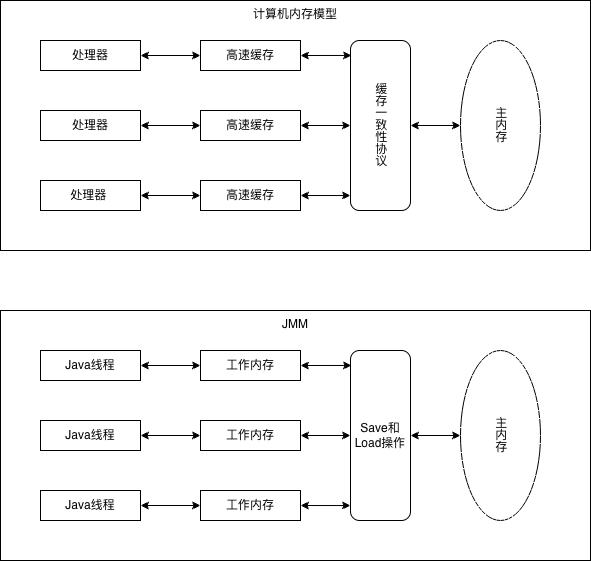
Above: java内存模型.drawio.png in ggs2015/file (draw.io), before the change. Source tidied: cells renumbered, new cells last; positions are measured from the earlier drawing's top-left corner, leaving out a move shared by most shapes. The source it was exported from:
```xml
<mxGraphModel>
  <root>
    <mxCell id="0" />
    <mxCell id="1" parent="0" />
    <mxCell id="2" value="计算机内存模型" style="rounded=0;whiteSpace=wrap;html=1;verticalAlign=top;" parent="1" vertex="1">
      <mxGeometry width="590" height="250" as="geometry" />
    </mxCell>
    <mxCell id="3" style="edgeStyle=orthogonalEdgeStyle;rounded=0;jettySize=auto;html=1;exitX=1;exitY=0.5;exitDx=0;exitDy=0;entryX=0;entryY=0.5;entryDx=0;entryDy=0;startArrow=classic;startFill=1;" parent="1" edge="1" source="4" target="12">
      <mxGeometry relative="1" as="geometry" />
    </mxCell>
    <mxCell id="4" value="处理器" style="rounded=0;whiteSpace=wrap;html=1;" parent="1" vertex="1">
      <mxGeometry x="40" y="40" width="100" height="30" as="geometry" />
    </mxCell>
    <mxCell id="5" style="edgeStyle=orthogonalEdgeStyle;rounded=0;jettySize=auto;html=1;exitX=1;exitY=0.5;exitDx=0;exitDy=0;entryX=0;entryY=0.5;entryDx=0;entryDy=0;startArrow=classic;startFill=1;" parent="1" edge="1" source="6" target="11">
      <mxGeometry relative="1" as="geometry" />
    </mxCell>
    <mxCell id="6" value="处理器" style="rounded=0;whiteSpace=wrap;html=1;" parent="1" vertex="1">
      <mxGeometry x="40" y="110" width="100" height="30" as="geometry" />
    </mxCell>
    <mxCell id="7" style="edgeStyle=orthogonalEdgeStyle;rounded=0;jettySize=auto;html=1;exitX=1;exitY=0.5;exitDx=0;exitDy=0;startArrow=classic;startFill=1;" parent="1" edge="1" source="8" target="9">
      <mxGeometry relative="1" as="geometry" />
    </mxCell>
    <mxCell id="8" value="处理器&amp;nbsp;" style="rounded=0;whiteSpace=wrap;html=1;" parent="1" vertex="1">
      <mxGeometry x="40" y="180" width="100" height="30" as="geometry" />
    </mxCell>
    <mxCell id="9" value="高速缓存" style="rounded=0;whiteSpace=wrap;html=1;" parent="1" vertex="1">
      <mxGeometry x="200" y="180" width="100" height="30" as="geometry" />
    </mxCell>
    <mxCell id="10" style="edgeStyle=orthogonalEdgeStyle;rounded=0;jettySize=auto;html=1;exitX=1;exitY=0.5;exitDx=0;exitDy=0;entryX=0;entryY=0.5;entryDx=0;entryDy=0;startArrow=classic;startFill=1;" parent="1" edge="1" source="11" target="15">
      <mxGeometry relative="1" as="geometry" />
    </mxCell>
    <mxCell id="11" value="高速缓存" style="rounded=0;whiteSpace=wrap;html=1;" parent="1" vertex="1">
      <mxGeometry x="200" y="110" width="100" height="30" as="geometry" />
    </mxCell>
    <mxCell id="12" value="高速缓存" style="rounded=0;whiteSpace=wrap;html=1;" parent="1" vertex="1">
      <mxGeometry x="200" y="40" width="100" height="30" as="geometry" />
    </mxCell>
    <mxCell id="13" value="主内存" style="ellipse;whiteSpace=wrap;html=1;textDirection=vertical-lr;" parent="1" vertex="1">
      <mxGeometry x="460" y="40" width="80" height="170" as="geometry" />
    </mxCell>
    <mxCell id="14" style="edgeStyle=orthogonalEdgeStyle;rounded=0;jettySize=auto;html=1;exitX=1;exitY=0.5;exitDx=0;exitDy=0;entryX=0;entryY=0.5;entryDx=0;entryDy=0;startArrow=classic;startFill=1;" parent="1" edge="1" source="15" target="13">
      <mxGeometry relative="1" as="geometry" />
    </mxCell>
    <mxCell id="15" value="缓存一致性协议" style="rounded=1;whiteSpace=wrap;html=1;textDirection=vertical-lr;" parent="1" vertex="1">
      <mxGeometry x="350" y="40" width="60" height="170" as="geometry" />
    </mxCell>
    <mxCell id="16" style="edgeStyle=orthogonalEdgeStyle;rounded=0;jettySize=auto;html=1;exitX=1;exitY=0.5;exitDx=0;exitDy=0;entryX=0.017;entryY=0.088;entryDx=0;entryDy=0;entryPerimeter=0;startArrow=classic;startFill=1;" parent="1" edge="1" source="12" target="15">
      <mxGeometry relative="1" as="geometry" />
    </mxCell>
    <mxCell id="17" style="edgeStyle=orthogonalEdgeStyle;rounded=0;jettySize=auto;html=1;exitX=1;exitY=0.5;exitDx=0;exitDy=0;entryX=0;entryY=0.912;entryDx=0;entryDy=0;entryPerimeter=0;startArrow=classic;startFill=1;" parent="1" edge="1" source="9" target="15">
      <mxGeometry relative="1" as="geometry" />
    </mxCell>
    <mxCell id="18" value="JMM" style="rounded=0;whiteSpace=wrap;html=1;verticalAlign=top;" parent="1" vertex="1">
      <mxGeometry y="310" width="590" height="250" as="geometry" />
    </mxCell>
    <mxCell id="19" style="edgeStyle=orthogonalEdgeStyle;rounded=0;jettySize=auto;html=1;exitX=1;exitY=0.5;exitDx=0;exitDy=0;entryX=0;entryY=0.5;entryDx=0;entryDy=0;startArrow=classic;startFill=1;" parent="1" edge="1" source="20" target="28">
      <mxGeometry relative="1" as="geometry" />
    </mxCell>
    <mxCell id="20" value="Java线程" style="rounded=0;whiteSpace=wrap;html=1;" parent="1" vertex="1">
      <mxGeometry x="40" y="350" width="100" height="30" as="geometry" />
    </mxCell>
    <mxCell id="21" style="edgeStyle=orthogonalEdgeStyle;rounded=0;jettySize=auto;html=1;exitX=1;exitY=0.5;exitDx=0;exitDy=0;entryX=0;entryY=0.5;entryDx=0;entryDy=0;startArrow=classic;startFill=1;" parent="1" edge="1" source="22" target="27">
      <mxGeometry relative="1" as="geometry" />
    </mxCell>
    <mxCell id="22" value="Java线程" style="rounded=0;whiteSpace=wrap;html=1;" parent="1" vertex="1">
      <mxGeometry x="40" y="420" width="100" height="30" as="geometry" />
    </mxCell>
    <mxCell id="23" style="edgeStyle=orthogonalEdgeStyle;rounded=0;jettySize=auto;html=1;exitX=1;exitY=0.5;exitDx=0;exitDy=0;startArrow=classic;startFill=1;" parent="1" edge="1" source="24" target="25">
      <mxGeometry relative="1" as="geometry" />
    </mxCell>
    <mxCell id="24" value="Java线程" style="rounded=0;whiteSpace=wrap;html=1;" parent="1" vertex="1">
      <mxGeometry x="40" y="490" width="100" height="30" as="geometry" />
    </mxCell>
    <mxCell id="25" value="工作内存" style="rounded=0;whiteSpace=wrap;html=1;" parent="1" vertex="1">
      <mxGeometry x="200" y="490" width="100" height="30" as="geometry" />
    </mxCell>
    <mxCell id="26" style="edgeStyle=orthogonalEdgeStyle;rounded=0;jettySize=auto;html=1;exitX=1;exitY=0.5;exitDx=0;exitDy=0;entryX=0;entryY=0.5;entryDx=0;entryDy=0;startArrow=classic;startFill=1;" parent="1" edge="1" source="27" target="31">
      <mxGeometry relative="1" as="geometry" />
    </mxCell>
    <mxCell id="27" value="工作内存" style="rounded=0;whiteSpace=wrap;html=1;" parent="1" vertex="1">
      <mxGeometry x="200" y="420" width="100" height="30" as="geometry" />
    </mxCell>
    <mxCell id="28" value="工作内存" style="rounded=0;whiteSpace=wrap;html=1;" parent="1" vertex="1">
      <mxGeometry x="200" y="350" width="100" height="30" as="geometry" />
    </mxCell>
    <mxCell id="29" value="主内存" style="ellipse;whiteSpace=wrap;html=1;textDirection=vertical-lr;" parent="1" vertex="1">
      <mxGeometry x="460" y="350" width="80" height="170" as="geometry" />
    </mxCell>
    <mxCell id="30" style="edgeStyle=orthogonalEdgeStyle;rounded=0;jettySize=auto;html=1;exitX=1;exitY=0.5;exitDx=0;exitDy=0;entryX=0;entryY=0.5;entryDx=0;entryDy=0;startArrow=classic;startFill=1;" parent="1" edge="1" source="31" target="29">
      <mxGeometry relative="1" as="geometry" />
    </mxCell>
    <mxCell id="31" value="Save和Load操作" style="rounded=1;whiteSpace=wrap;html=1;textDirection=ltr;" parent="1" vertex="1">
      <mxGeometry x="350" y="350" width="60" height="170" as="geometry" />
    </mxCell>
    <mxCell id="32" style="edgeStyle=orthogonalEdgeStyle;rounded=0;jettySize=auto;html=1;exitX=1;exitY=0.5;exitDx=0;exitDy=0;entryX=0.017;entryY=0.088;entryDx=0;entryDy=0;entryPerimeter=0;startArrow=classic;startFill=1;" parent="1" edge="1" source="28" target="31">
      <mxGeometry relative="1" as="geometry" />
    </mxCell>
    <mxCell id="33" style="edgeStyle=orthogonalEdgeStyle;rounded=0;jettySize=auto;html=1;exitX=1;exitY=0.5;exitDx=0;exitDy=0;entryX=0;entryY=0.912;entryDx=0;entryDy=0;entryPerimeter=0;startArrow=classic;startFill=1;" parent="1" edge="1" source="25" target="31">
      <mxGeometry relative="1" as="geometry" />
    </mxCell>
  </root>
</mxGraphModel>
```
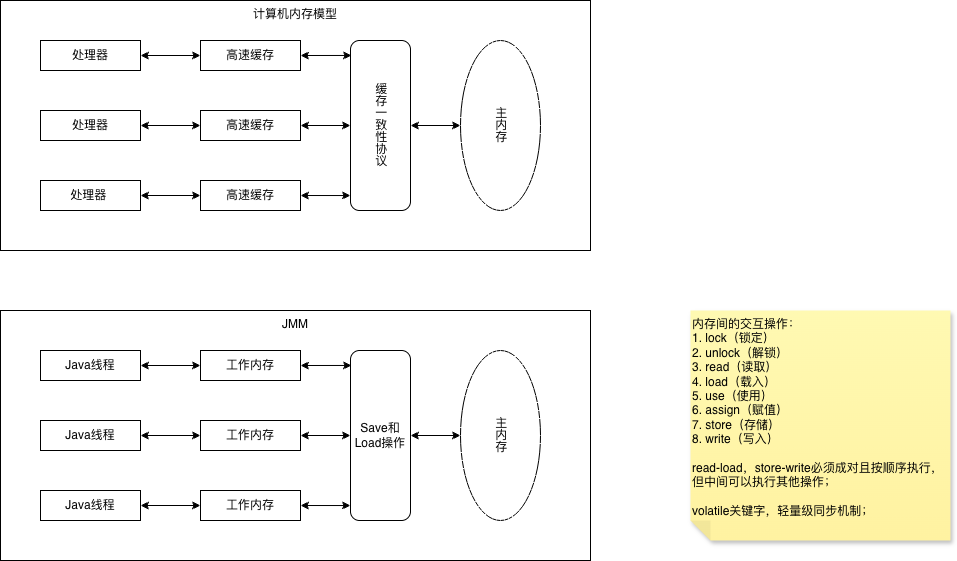
Above is the later version.

Commit message:
更新java内存模型.drawio.png

Diff of the diagram source:
```diff
@@ -98,5 +98,8 @@
     <mxCell id="33" style="edgeStyle=orthogonalEdgeStyle;rounded=0;jettySize=auto;html=1;exitX=1;exitY=0.5;exitDx=0;exitDy=0;entryX=0;entryY=0.912;entryDx=0;entryDy=0;entryPerimeter=0;startArrow=classic;startFill=1;" parent="1" edge="1" source="25" target="31">
       <mxGeometry relative="1" as="geometry" />
     </mxCell>
+    <mxCell id="34" value="内存间的交互操作：&lt;div&gt;1. lock（锁定&lt;span style=&quot;background-color: transparent; color: light-dark(rgb(0, 0, 0), rgb(237, 237, 237));&quot;&gt;）&lt;/span&gt;&lt;/div&gt;&lt;div&gt;&lt;span style=&quot;background-color: transparent; color: light-dark(rgb(0, 0, 0), rgb(237, 237, 237));&quot;&gt;2. unlock（解锁&lt;/span&gt;&lt;span style=&quot;background-color: transparent; color: light-dark(rgb(0, 0, 0), rgb(237, 237, 237));&quot;&gt;）&lt;/span&gt;&lt;/div&gt;&lt;div&gt;&lt;span style=&quot;background-color: transparent; color: light-dark(rgb(0, 0, 0), rgb(237, 237, 237));&quot;&gt;3. read（读取）&lt;/span&gt;&lt;/div&gt;&lt;div&gt;&lt;span style=&quot;background-color: transparent; color: light-dark(rgb(0, 0, 0), rgb(237, 237, 237));&quot;&gt;4. load（载入）&lt;/span&gt;&lt;/div&gt;&lt;div&gt;&lt;span style=&quot;background-color: transparent; color: light-dark(rgb(0, 0, 0), rgb(237, 237, 237));&quot;&gt;5. use（使用）&lt;/span&gt;&lt;/div&gt;&lt;div&gt;&lt;span style=&quot;background-color: transparent; color: light-dark(rgb(0, 0, 0), rgb(237, 237, 237));&quot;&gt;6. assign（赋值）&lt;/span&gt;&lt;/div&gt;&lt;div&gt;&lt;span style=&quot;background-color: transparent; color: light-dark(rgb(0, 0, 0), rgb(237, 237, 237));&quot;&gt;7. store（存储）&lt;/span&gt;&lt;/div&gt;&lt;div&gt;&lt;span style=&quot;background-color: transparent; color: light-dark(rgb(0, 0, 0), rgb(237, 237, 237));&quot;&gt;8. write（写入）&lt;/span&gt;&lt;/div&gt;&lt;div&gt;&lt;span style=&quot;background-color: transparent; color: light-dark(rgb(0, 0, 0), rgb(237, 237, 237));&quot;&gt;&lt;br&gt;&lt;/span&gt;&lt;/div&gt;&lt;div&gt;&lt;span style=&quot;background-color: transparent; color: light-dark(rgb(0, 0, 0), rgb(237, 237, 237));&quot;&gt;read-load，store-write必须成对且按顺序执行，但中间可以执行其他操作；&lt;/span&gt;&lt;/div&gt;&lt;div&gt;&lt;span style=&quot;background-color: transparent; color: light-dark(rgb(0, 0, 0), rgb(237, 237, 237));&quot;&gt;&lt;br&gt;&lt;/span&gt;&lt;/div&gt;&lt;div&gt;volatile关键字，轻量级同步机制；&lt;/div&gt;" style="shape=note;whiteSpace=wrap;html=1;backgroundOutline=1;fontColor=#000000;darkOpacity=0.05;fillColor=#FFF9B2;strokeColor=none;fillStyle=solid;direction=west;gradientDirection=north;gradientColor=#FFF2A1;shadow=1;size=20;verticalAlign=top;align=left;" parent="1" vertex="1">
+      <mxGeometry x="690" y="310" width="260" height="230" as="geometry" />
+    </mxCell>
   </root>
 </mxGraphModel>
```
